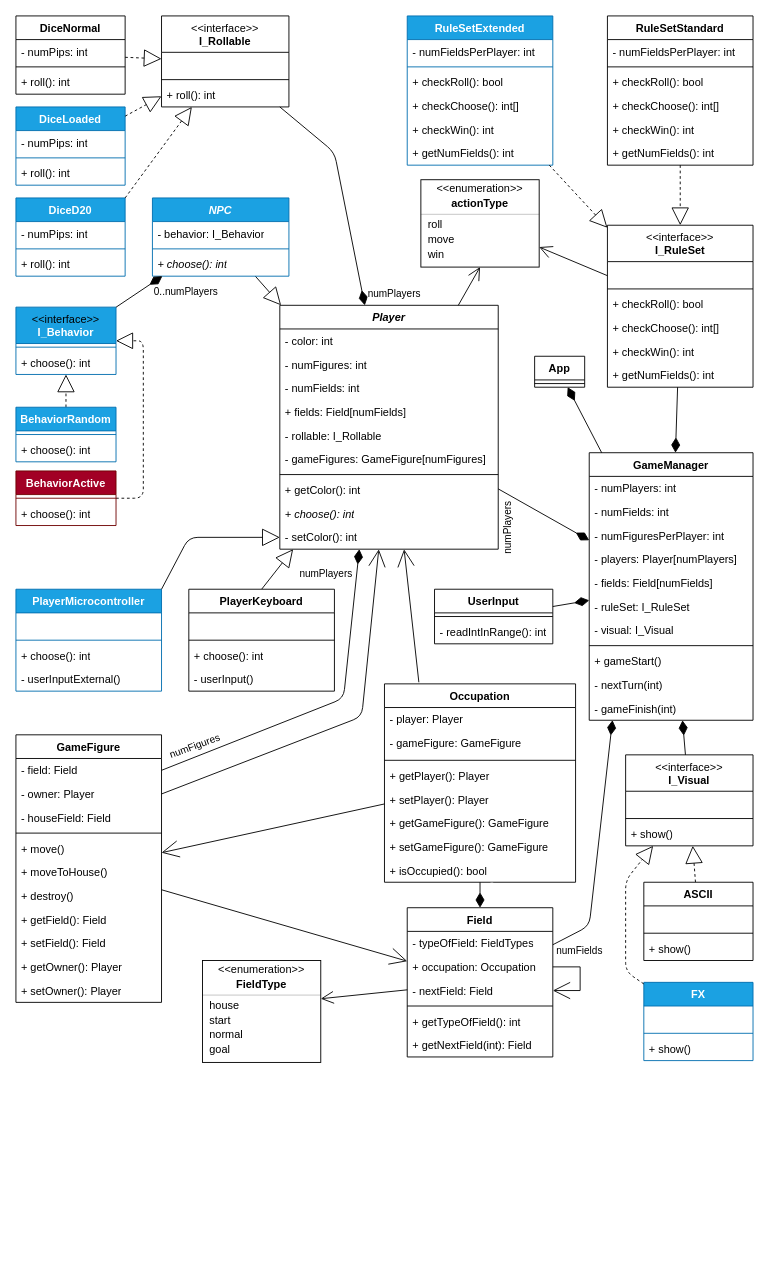
Before: page "Seite-1" (1 of 2) of Rothe/diagramme/KlassendiagrammUML.drawio in Chrisdroid8/EmbeddedSystems, a draw.io diagram. Source tidied: cells renumbered, new cells numbered last; positions are measured from the earlier drawing's top-left corner, leaving out a move shared by most shapes. Both pictures are drawn from the tidied source at 91%, with x=0, y=0 at pixel (15, 15).
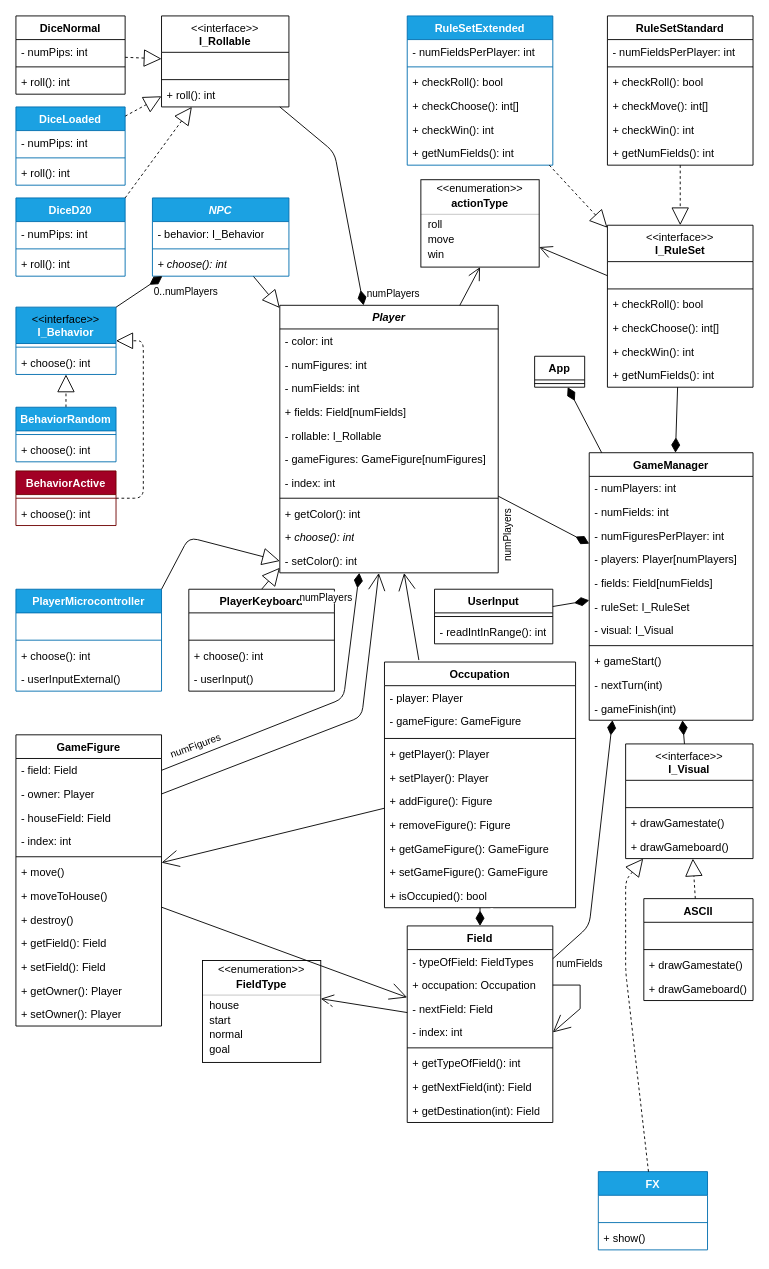
The same diagram, later.

The change refers to these unchanged cells:
```xml
<mxCell id="48" value="RuleSetStandard" style="swimlane;fontStyle=1;align=center;verticalAlign=top;horizontal=1;startSize=26;whiteSpace=wrap;html=1;rounded=0;" parent="1" vertex="1">
  <mxGeometry x="650" width="160" height="164" as="geometry" />
</mxCell>
```

What changed in the source:
```diff
@@
     <mxCell id="6" value="&lt;i&gt;Player&lt;/i&gt;" style="swimlane;fontStyle=1;align=center;verticalAlign=top;horizontal=1;startSize=26;whiteSpace=wrap;html=1;swimlaneLine=1;glass=0;swimlaneFillColor=none;rounded=0;" parent="1" vertex="1">
-      <mxGeometry x="290" y="318" width="240" height="268" as="geometry" />
+      <mxGeometry x="290" y="318" width="240" height="294" as="geometry" />
     </mxCell>
@@
+    <mxCell id="196" value="- index: int" style="text;strokeColor=none;fillColor=none;align=left;verticalAlign=top;spacingLeft=4;spacingRight=4;overflow=hidden;whiteSpace=wrap;html=1;rounded=0;" parent="6" vertex="1">
+      <mxGeometry y="182" width="240" height="26" as="geometry" />
+    </mxCell>
     <mxCell id="13" style="line;strokeWidth=1;fillColor=none;align=left;verticalAlign=middle;spacingTop=-1;spacingLeft=3;spacingRight=3;labelPosition=right;strokeColor=inherit;rounded=0;" parent="6" vertex="1">
-      <mxGeometry y="182" width="240" height="8" as="geometry" />
+      <mxGeometry y="208" width="240" height="8" as="geometry" />
     </mxCell>
     <mxCell id="14" value="+ getColor(): int" style="text;strokeColor=none;fillColor=none;align=left;verticalAlign=top;spacingLeft=4;spacingRight=4;overflow=hidden;whiteSpace=wrap;html=1;rounded=0;" parent="6" vertex="1">
-      <mxGeometry y="190" width="240" height="26" as="geometry" />
+      <mxGeometry y="216" width="240" height="26" as="geometry" />
     </mxCell>
     <mxCell id="15" value="&lt;i&gt;+ choose(): int&lt;/i&gt;" style="text;strokeColor=none;fillColor=none;align=left;verticalAlign=top;spacingLeft=4;spacingRight=4;overflow=hidden;whiteSpace=wrap;html=1;rounded=0;" parent="6" vertex="1">
-      <mxGeometry y="216" width="240" height="26" as="geometry" />
+      <mxGeometry y="242" width="240" height="26" as="geometry" />
     </mxCell>
     <mxCell id="16" value="- setColor(): int" style="text;strokeColor=none;fillColor=none;align=left;verticalAlign=top;spacingLeft=4;spacingRight=4;overflow=hidden;points=[[0,0.5],[1,0.5]];portConstraint=eastwest;whiteSpace=wrap;html=1;rounded=0;" parent="6" vertex="1">
-      <mxGeometry y="242" width="240" height="26" as="geometry" />
+      <mxGeometry y="268" width="240" height="26" as="geometry" />
     </mxCell>
@@
     <mxCell id="29" value="Field" style="swimlane;fontStyle=1;align=center;verticalAlign=top;horizontal=1;startSize=26;whiteSpace=wrap;html=1;rounded=0;" parent="1" vertex="1">
-      <mxGeometry x="430" y="980" width="160" height="164" as="geometry" />
+      <mxGeometry x="430" y="1000" width="160" height="216" as="geometry" />
     </mxCell>
@@
+    <mxCell id="197" value="- nextField: Field" style="text;strokeColor=none;fillColor=none;align=left;verticalAlign=top;spacingLeft=4;spacingRight=4;overflow=hidden;whiteSpace=wrap;html=1;rounded=0;" parent="29" vertex="1">
+      <mxGeometry y="78" width="160" height="26" as="geometry" />
+    </mxCell>
-    <mxCell id="32" value="- nextField: Field" style="text;strokeColor=none;fillColor=none;align=left;verticalAlign=top;spacingLeft=4;spacingRight=4;overflow=hidden;points=[[0,0.5],[1,0.5]];portConstraint=eastwest;whiteSpace=wrap;html=1;rounded=0;" parent="29" vertex="1">
-      <mxGeometry y="78" width="160" height="26" as="geometry" />
+    <mxCell id="32" value="- index: int" style="text;strokeColor=none;fillColor=none;align=left;verticalAlign=top;spacingLeft=4;spacingRight=4;overflow=hidden;points=[[0,0.5],[1,0.5]];portConstraint=eastwest;whiteSpace=wrap;html=1;rounded=0;" parent="29" vertex="1">
+      <mxGeometry y="104" width="160" height="26" as="geometry" />
     </mxCell>
     <mxCell id="33" style="line;strokeWidth=1;fillColor=none;align=left;verticalAlign=middle;spacingTop=-1;spacingLeft=3;spacingRight=3;labelPosition=right;strokeColor=inherit;rounded=0;" parent="29" vertex="1">
-      <mxGeometry y="104" width="160" height="8" as="geometry" />
+      <mxGeometry y="130" width="160" height="8" as="geometry" />
     </mxCell>
     <mxCell id="34" value="+ getTypeOfField(): int" style="text;strokeColor=none;fillColor=none;align=left;verticalAlign=top;spacingLeft=4;spacingRight=4;overflow=hidden;whiteSpace=wrap;html=1;rounded=0;" parent="29" vertex="1">
-      <mxGeometry y="112" width="160" height="26" as="geometry" />
+      <mxGeometry y="138" width="160" height="26" as="geometry" />
     </mxCell>
     <mxCell id="35" value="+ getNextField(int): Field" style="text;strokeColor=none;fillColor=none;align=left;verticalAlign=top;spacingLeft=4;spacingRight=4;overflow=hidden;whiteSpace=wrap;html=1;rounded=0;" parent="29" vertex="1">
-      <mxGeometry y="138" width="160" height="26" as="geometry" />
+      <mxGeometry y="164" width="160" height="26" as="geometry" />
     </mxCell>
@@
+    <mxCell id="198" value="+ getDestination(int): Field" style="text;strokeColor=none;fillColor=none;align=left;verticalAlign=top;spacingLeft=4;spacingRight=4;overflow=hidden;whiteSpace=wrap;html=1;rounded=0;" parent="29" vertex="1">
+      <mxGeometry y="190" width="160" height="26" as="geometry" />
+    </mxCell>
@@
-    <mxCell id="52" value="+ checkChoose(): int[]" style="text;strokeColor=none;fillColor=none;align=left;verticalAlign=top;spacingLeft=4;spacingRight=4;overflow=hidden;whiteSpace=wrap;html=1;" parent="48" vertex="1">
+    <mxCell id="52" value="+ checkMove(): int[]" style="text;strokeColor=none;fillColor=none;align=left;verticalAlign=top;spacingLeft=4;spacingRight=4;overflow=hidden;whiteSpace=wrap;html=1;" parent="48" vertex="1">
       <mxGeometry y="86" width="160" height="26" as="geometry" />
     </mxCell>
@@
     <mxCell id="104" value="Occupation" style="swimlane;fontStyle=1;align=center;verticalAlign=top;horizontal=1;startSize=26;whiteSpace=wrap;html=1;" parent="1" vertex="1">
-      <mxGeometry x="405" y="734" width="210" height="218" as="geometry" />
+      <mxGeometry x="405" y="710" width="210" height="270" as="geometry" />
     </mxCell>
@@
+    <mxCell id="199" value="+ addFigure(): Figure" style="text;strokeColor=none;fillColor=none;align=left;verticalAlign=top;spacingLeft=4;spacingRight=4;overflow=hidden;whiteSpace=wrap;html=1;" parent="104" vertex="1">
+      <mxGeometry y="140" width="210" height="26" as="geometry" />
+    </mxCell>
+    <mxCell id="200" value="+ removeFigure(): Figure" style="text;strokeColor=none;fillColor=none;align=left;verticalAlign=top;spacingLeft=4;spacingRight=4;overflow=hidden;whiteSpace=wrap;html=1;" parent="104" vertex="1">
+      <mxGeometry y="166" width="210" height="26" as="geometry" />
+    </mxCell>
     <mxCell id="110" value="+ getGameFigure(): GameFigure" style="text;strokeColor=none;fillColor=none;align=left;verticalAlign=top;spacingLeft=4;spacingRight=4;overflow=hidden;whiteSpace=wrap;html=1;" parent="104" vertex="1">
-      <mxGeometry y="140" width="210" height="26" as="geometry" />
+      <mxGeometry y="192" width="210" height="26" as="geometry" />
     </mxCell>
     <mxCell id="111" value="+ setGameFigure(): GameFigure" style="text;strokeColor=none;fillColor=none;align=left;verticalAlign=top;spacingLeft=4;spacingRight=4;overflow=hidden;whiteSpace=wrap;html=1;" parent="104" vertex="1">
-      <mxGeometry y="166" width="210" height="26" as="geometry" />
+      <mxGeometry y="218" width="210" height="26" as="geometry" />
     </mxCell>
     <mxCell id="112" value="+ isOccupied(): bool" style="text;strokeColor=none;fillColor=none;align=left;verticalAlign=top;spacingLeft=4;spacingRight=4;overflow=hidden;whiteSpace=wrap;html=1;" parent="104" vertex="1">
-      <mxGeometry y="192" width="210" height="26" as="geometry" />
+      <mxGeometry y="244" width="210" height="26" as="geometry" />
     </mxCell>
     <mxCell id="113" value="GameFigure" style="swimlane;fontStyle=1;align=center;verticalAlign=top;horizontal=1;startSize=26;whiteSpace=wrap;html=1;" parent="1" vertex="1">
-      <mxGeometry y="790" width="160" height="294" as="geometry" />
+      <mxGeometry y="790" width="160" height="320" as="geometry" />
     </mxCell>
@@
+    <mxCell id="201" value="- index: int" style="text;strokeColor=none;fillColor=none;align=left;verticalAlign=top;spacingLeft=4;spacingRight=4;overflow=hidden;whiteSpace=wrap;html=1;rounded=0;" parent="113" vertex="1">
+      <mxGeometry y="104" width="160" height="26" as="geometry" />
+    </mxCell>
     <mxCell id="117" style="line;strokeWidth=1;fillColor=none;align=left;verticalAlign=middle;spacingTop=-1;spacingLeft=3;spacingRight=3;labelPosition=right;strokeColor=inherit;" parent="113" vertex="1">
-      <mxGeometry y="104" width="160" height="8" as="geometry" />
+      <mxGeometry y="130" width="160" height="8" as="geometry" />
     </mxCell>
     <mxCell id="118" value="+ move()" style="text;strokeColor=none;fillColor=none;align=left;verticalAlign=top;spacingLeft=4;spacingRight=4;overflow=hidden;whiteSpace=wrap;html=1;" parent="113" vertex="1">
-      <mxGeometry y="112" width="160" height="26" as="geometry" />
+      <mxGeometry y="138" width="160" height="26" as="geometry" />
     </mxCell>
     <mxCell id="119" value="+ moveToHouse()" style="text;strokeColor=none;fillColor=none;align=left;verticalAlign=top;spacingLeft=4;spacingRight=4;overflow=hidden;whiteSpace=wrap;html=1;" parent="113" vertex="1">
-      <mxGeometry y="138" width="160" height="26" as="geometry" />
+      <mxGeometry y="164" width="160" height="26" as="geometry" />
     </mxCell>
     <mxCell id="120" value="+ destroy()" style="text;strokeColor=none;fillColor=none;align=left;verticalAlign=top;spacingLeft=4;spacingRight=4;overflow=hidden;whiteSpace=wrap;html=1;" parent="113" vertex="1">
-      <mxGeometry y="164" width="160" height="26" as="geometry" />
+      <mxGeometry y="190" width="160" height="26" as="geometry" />
     </mxCell>
     <mxCell id="121" value="+ getField(): Field" style="text;strokeColor=none;fillColor=none;align=left;verticalAlign=top;spacingLeft=4;spacingRight=4;overflow=hidden;whiteSpace=wrap;html=1;" parent="113" vertex="1">
-      <mxGeometry y="190" width="160" height="26" as="geometry" />
+      <mxGeometry y="216" width="160" height="26" as="geometry" />
     </mxCell>
     <mxCell id="122" value="+ setField(): Field" style="text;strokeColor=none;fillColor=none;align=left;verticalAlign=top;spacingLeft=4;spacingRight=4;overflow=hidden;whiteSpace=wrap;html=1;" parent="113" vertex="1">
-      <mxGeometry y="216" width="160" height="26" as="geometry" />
+      <mxGeometry y="242" width="160" height="26" as="geometry" />
     </mxCell>
     <mxCell id="123" value="+ getOwner(): Player" style="text;strokeColor=none;fillColor=none;align=left;verticalAlign=top;spacingLeft=4;spacingRight=4;overflow=hidden;whiteSpace=wrap;html=1;" parent="113" vertex="1">
-      <mxGeometry y="242" width="160" height="26" as="geometry" />
+      <mxGeometry y="268" width="160" height="26" as="geometry" />
     </mxCell>
     <mxCell id="124" value="+ setOwner(): Player" style="text;strokeColor=none;fillColor=none;align=left;verticalAlign=top;spacingLeft=4;spacingRight=4;overflow=hidden;whiteSpace=wrap;html=1;" parent="113" vertex="1">
-      <mxGeometry y="268" width="160" height="26" as="geometry" />
+      <mxGeometry y="294" width="160" height="26" as="geometry" />
     </mxCell>
@@
     <mxCell id="134" value="ASCII" style="swimlane;fontStyle=1;align=center;verticalAlign=top;horizontal=1;startSize=26;whiteSpace=wrap;html=1;" parent="1" vertex="1">
-      <mxGeometry x="690" y="952" width="120" height="86" as="geometry" />
+      <mxGeometry x="690" y="970" width="120" height="112" as="geometry" />
     </mxCell>
@@
+    <mxCell id="202" value="+ drawGamestate()" style="text;strokeColor=none;fillColor=none;align=left;verticalAlign=top;spacingLeft=4;spacingRight=4;overflow=hidden;whiteSpace=wrap;html=1;" parent="134" vertex="1">
+      <mxGeometry y="60" width="120" height="26" as="geometry" />
+    </mxCell>
-    <mxCell id="137" value="+ show()" style="text;strokeColor=none;fillColor=none;align=left;verticalAlign=top;spacingLeft=4;spacingRight=4;overflow=hidden;whiteSpace=wrap;html=1;" parent="134" vertex="1">
-      <mxGeometry y="60" width="120" height="26" as="geometry" />
+    <mxCell id="137" value="+ drawGameboard()" style="text;strokeColor=none;fillColor=none;align=left;verticalAlign=top;spacingLeft=4;spacingRight=4;overflow=hidden;whiteSpace=wrap;html=1;" parent="134" vertex="1">
+      <mxGeometry y="86" width="120" height="26" as="geometry" />
     </mxCell>
     <mxCell id="138" value="&lt;span style=&quot;font-weight: normal;&quot;&gt;&lt;font style=&quot;color: light-dark(rgb(0, 0, 0), rgb(192, 192, 192));&quot;&gt;&amp;lt;&amp;lt;interface&amp;gt;&amp;gt;&lt;/font&gt;&lt;/span&gt;&lt;br&gt;I_Visual" style="swimlane;fontStyle=1;align=center;verticalAlign=top;horizontal=1;startSize=40;whiteSpace=wrap;html=1;" parent="1" vertex="1">
-      <mxGeometry x="670" y="812" width="140" height="100" as="geometry" />
+      <mxGeometry x="670" y="800" width="140" height="126" as="geometry" />
     </mxCell>
@@
-    <mxCell id="141" value="+ show()" style="text;strokeColor=none;fillColor=none;align=left;verticalAlign=top;spacingLeft=4;spacingRight=4;overflow=hidden;whiteSpace=wrap;html=1;" parent="138" vertex="1">
+    <mxCell id="141" value="+ drawGamestate()" style="text;strokeColor=none;fillColor=none;align=left;verticalAlign=top;spacingLeft=4;spacingRight=4;overflow=hidden;whiteSpace=wrap;html=1;" parent="138" vertex="1">
       <mxGeometry y="74" width="140" height="26" as="geometry" />
     </mxCell>
+    <mxCell id="203" value="+ drawGameboard()" style="text;strokeColor=none;fillColor=none;align=left;verticalAlign=top;spacingLeft=4;spacingRight=4;overflow=hidden;whiteSpace=wrap;html=1;" parent="138" vertex="1">
+      <mxGeometry y="100" width="140" height="26" as="geometry" />
+    </mxCell>
     <mxCell id="142" value="FX" style="swimlane;fontStyle=1;align=center;verticalAlign=top;horizontal=1;startSize=26;whiteSpace=wrap;html=1;fillColor=#1ba1e2;fontColor=#ffffff;strokeColor=#006EAF;" parent="1" vertex="1">
-      <mxGeometry x="690" y="1062" width="120" height="86" as="geometry" />
+      <mxGeometry x="640" y="1270" width="120" height="86" as="geometry" />
     </mxCell>
```
